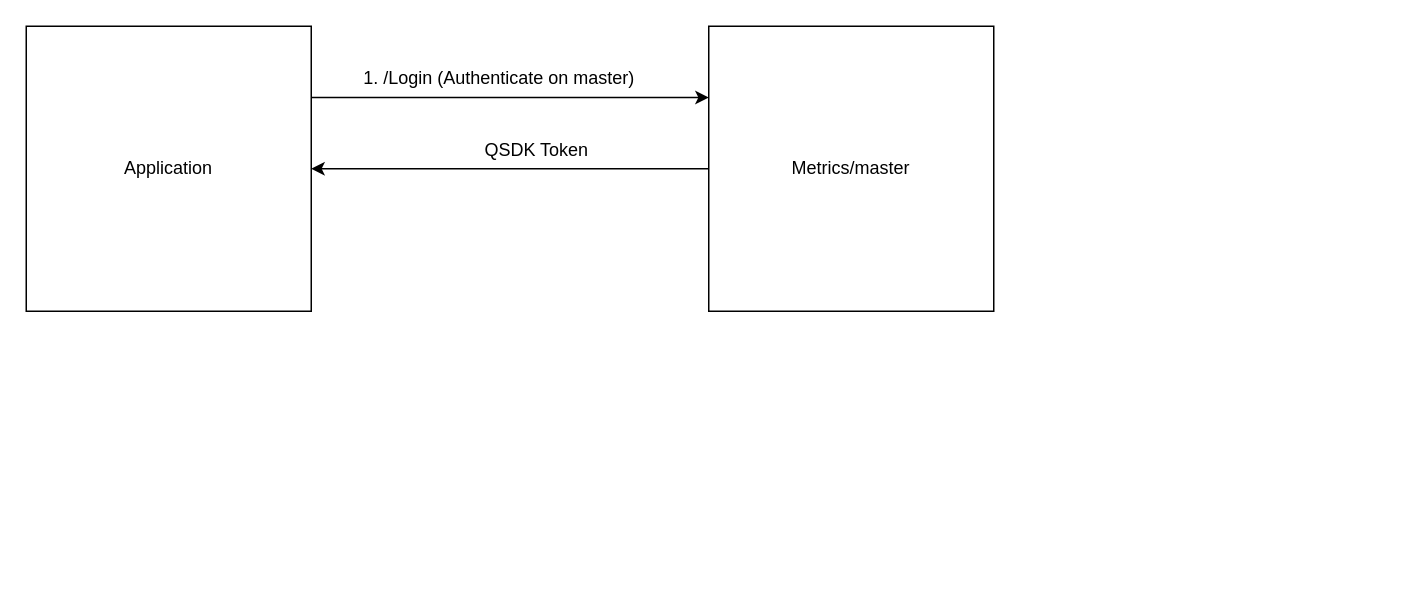
cvltmaheshp/helm-charts keeps this draw.io diagram as MCC.drawio. Above is the earlier version. Source tidied: cells renumbered, new cells numbered last; positions are measured from the earlier drawing's top-left corner, leaving out a move shared by most shapes. Both pictures are drawn from the tidied source at 150%, with x=0, y=0 at pixel (26, 26).
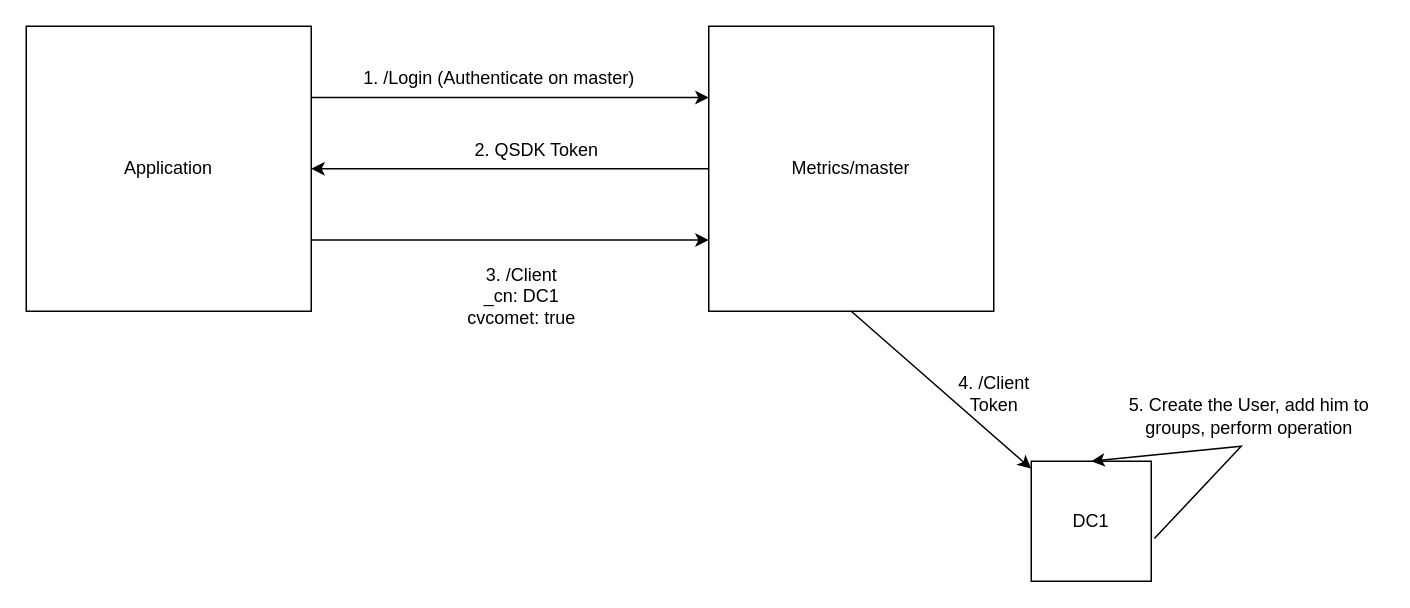
The same page after the edit.

The edit, as a diff of the source:
```diff
@@
 <mxGraphModel>
   <root>
     <mxCell id="0" />
     <mxCell id="1" parent="0" />
     <mxCell id="2" value="Application" style="whiteSpace=wrap;html=1;" parent="1" vertex="1">
       <mxGeometry width="190" height="190" as="geometry" />
     </mxCell>
     <mxCell id="3" value="Metrics/master" style="whiteSpace=wrap;html=1;" parent="1" vertex="1">
       <mxGeometry x="455" width="190" height="190" as="geometry" />
     </mxCell>
     <mxCell id="4" style="endArrow=classic;html=1;rounded=0;exitX=1;exitY=0.25;exitDx=0;exitDy=0;entryX=0;entryY=0.25;entryDx=0;entryDy=0;" parent="1" edge="1" source="2" target="3">
       <mxGeometry relative="1" as="geometry" />
     </mxCell>
     <mxCell id="5" value="1. /Login (Authenticate on master)" style="text;html=1;align=center;verticalAlign=middle;strokeColor=none;fillColor=none;" parent="1" vertex="1">
       <mxGeometry x="215" y="20" width="200" height="30" as="geometry" />
     </mxCell>
     <mxCell id="6" style="endArrow=classic;html=1;rounded=0;exitX=0;exitY=0.5;exitDx=0;exitDy=0;" parent="1" edge="1" source="3" target="2">
       <mxGeometry relative="1" as="geometry" />
     </mxCell>
-    <mxCell id="7" value="QSDK Token&lt;br&gt;" style="text;html=1;align=center;verticalAlign=middle;strokeColor=none;fillColor=none;" parent="1" vertex="1">
-      <mxGeometry x="295" y="68" width="90" height="30" as="geometry" />
+    <mxCell id="7" value="2. QSDK Token" style="text;html=1;align=center;verticalAlign=middle;strokeColor=none;fillColor=none;" parent="1" vertex="1">
+      <mxGeometry x="285" y="68" width="110" height="30" as="geometry" />
     </mxCell>
+    <mxCell id="8" style="endArrow=classic;html=1;rounded=0;exitX=1;exitY=0.75;exitDx=0;exitDy=0;entryX=0;entryY=0.75;entryDx=0;entryDy=0;" parent="1" edge="1" source="2" target="3">
+      <mxGeometry relative="1" as="geometry" />
+    </mxCell>
+    <mxCell id="9" value="3. /Client&lt;br&gt;_cn: DC1&lt;br&gt;cvcomet: true" style="text;html=1;align=center;verticalAlign=middle;strokeColor=none;fillColor=none;" parent="1" vertex="1">
+      <mxGeometry x="280" y="150" width="100" height="60" as="geometry" />
+    </mxCell>
+    <mxCell id="10" value="DC1" style="whiteSpace=wrap;html=1;" parent="1" vertex="1">
+      <mxGeometry x="670" y="290" width="80" height="80" as="geometry" />
+    </mxCell>
+    <mxCell id="11" style="endArrow=classic;html=1;rounded=0;" parent="1" edge="1" target="10">
+      <mxGeometry relative="1" as="geometry">
+        <mxPoint x="550" y="190" as="sourcePoint" />
+      </mxGeometry>
+    </mxCell>
+    <mxCell id="12" value="4. /Client&lt;br&gt;Token" style="text;html=1;align=center;verticalAlign=middle;strokeColor=none;fillColor=none;" parent="1" vertex="1">
+      <mxGeometry x="610" y="225" width="70" height="40" as="geometry" />
+    </mxCell>
+    <mxCell id="13" style="endArrow=classic;html=1;rounded=0;exitX=1.026;exitY=0.644;exitDx=0;exitDy=0;exitPerimeter=0;entryX=0.5;entryY=0;entryDx=0;entryDy=0;" parent="1" edge="1" source="10" target="10">
+      <mxGeometry relative="1" as="geometry">
+        <Array as="points">
+          <mxPoint x="810" y="280" />
+        </Array>
+      </mxGeometry>
+    </mxCell>
+    <mxCell id="14" value="5. Create the User, add him to&lt;br&gt;groups, perform operation" style="text;html=1;align=center;verticalAlign=middle;strokeColor=none;fillColor=none;" parent="1" vertex="1">
+      <mxGeometry x="725" y="240" width="180" height="40" as="geometry" />
+    </mxCell>
   </root>
 </mxGraphModel>
```
